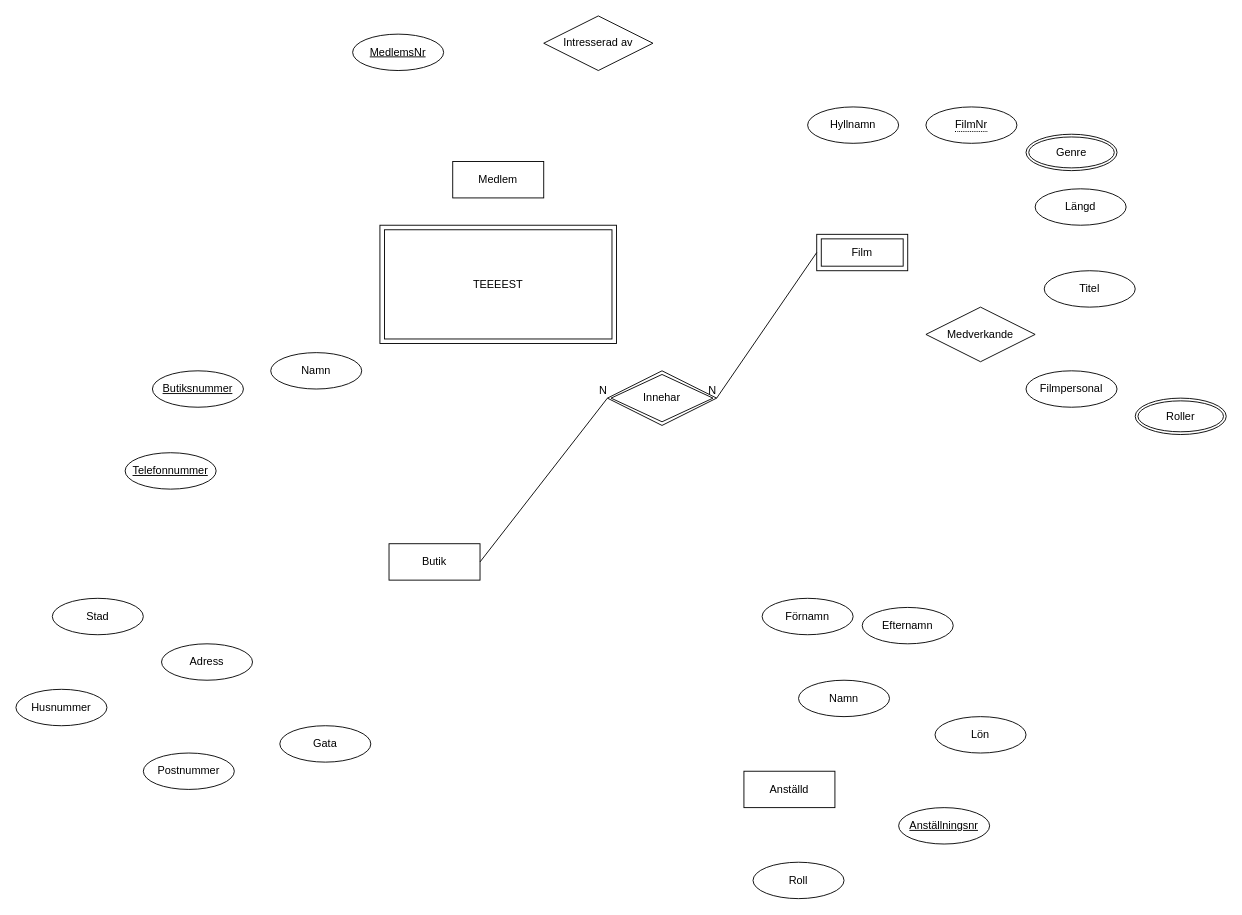
MarkusVickman/dt003g-labration1 keeps this draw.io diagram as laboration.drawio. Above is the earlier version. Source tidied: cells renumbered, new cells numbered last; positions are measured from the earlier drawing's top-left corner, leaving out a move shared by most shapes. Both pictures are drawn from the tidied source at 91%, with x=0, y=0 at pixel (15, 15).
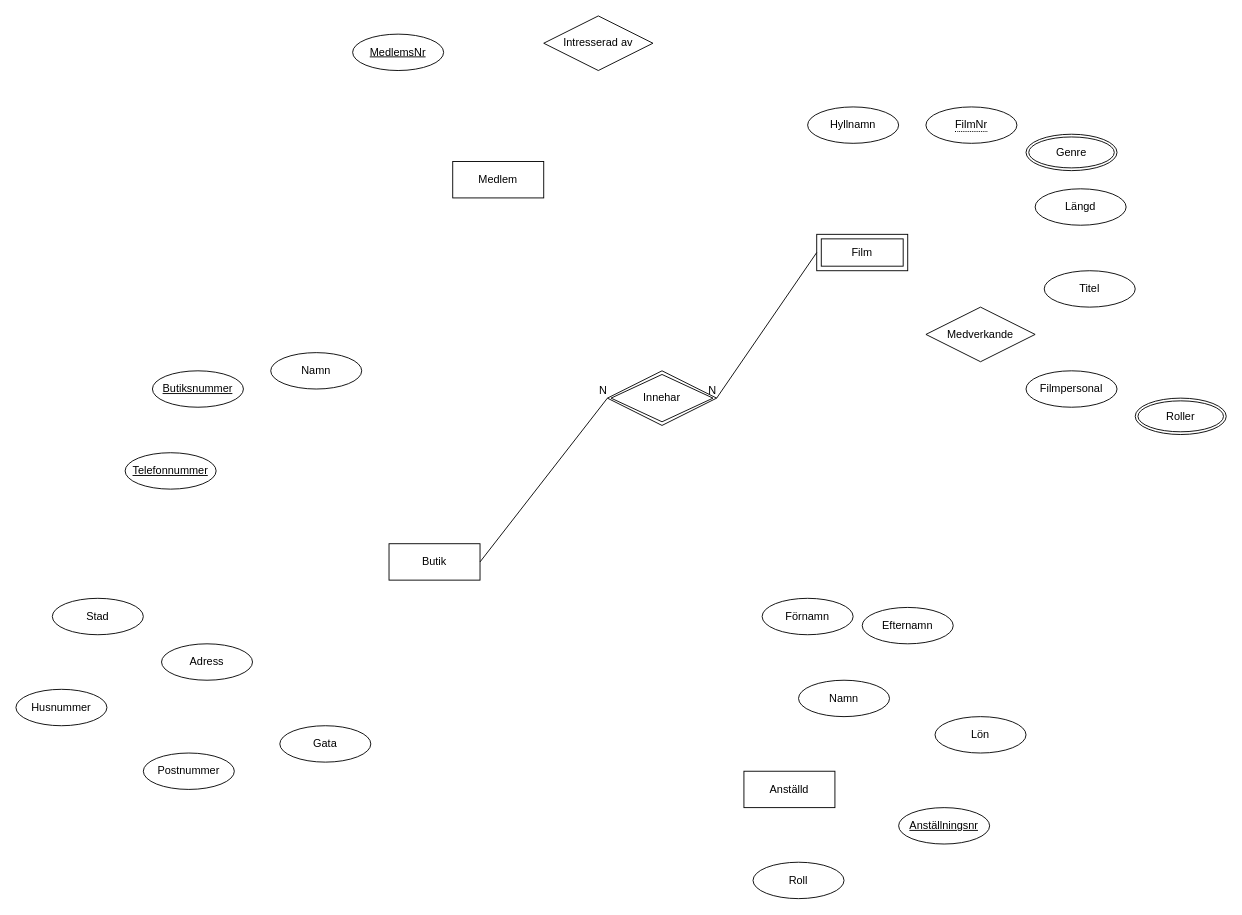
Above is the later version.

Commit message:
tog bort skräp

Diff of the diagram source:
```diff
@@
-    <mxCell id="35" value="TEEEEST" style="shape=ext;margin=3;double=1;whiteSpace=wrap;html=1;align=center;" parent="1" vertex="1">
-      <mxGeometry x="400" y="230" width="260" height="130" as="geometry" />
-    </mxCell>
```
